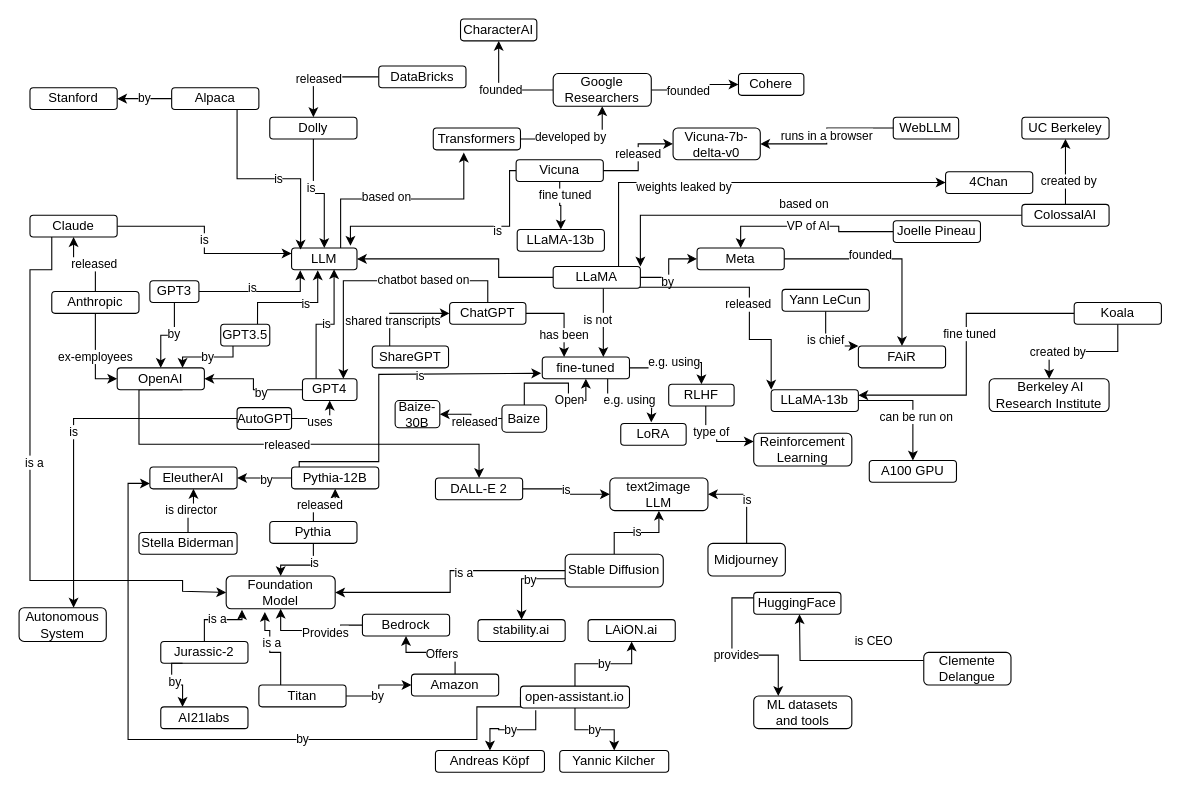
This is generativeAI.drawio from juananpe/generativeAI, a draw.io file, before an edit. Source tidied: cells renumbered, new cells numbered last; positions are measured from the earlier drawing's top-left corner, leaving out a move shared by most shapes. Both pictures are drawn from the tidied source at 109%, with x=0, y=0 at pixel (19, 19).
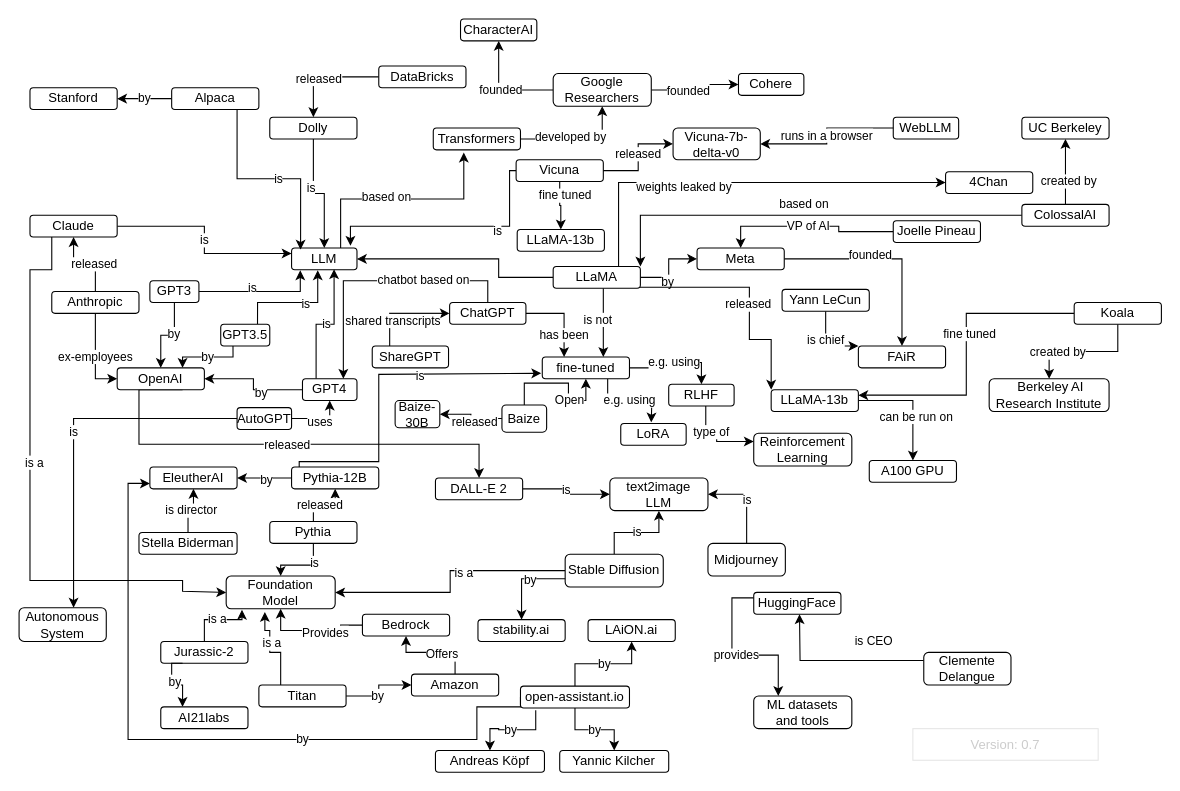
After the change.

What changed in the source:
```diff
@@
+    <object id="175" label="&lt;font color=&quot;#cccccc&quot;&gt;Version: %cmversion%&lt;/font&gt;" cmversion="0.7" placeholders="1">
+      <mxCell style="rounded=0;whiteSpace=wrap;html=1;strokeColor=#E6E6E6;" parent="1" vertex="1">
+        <mxGeometry x="820" y="651" width="170" height="29" as="geometry" />
+      </mxCell>
+    </object>
```
